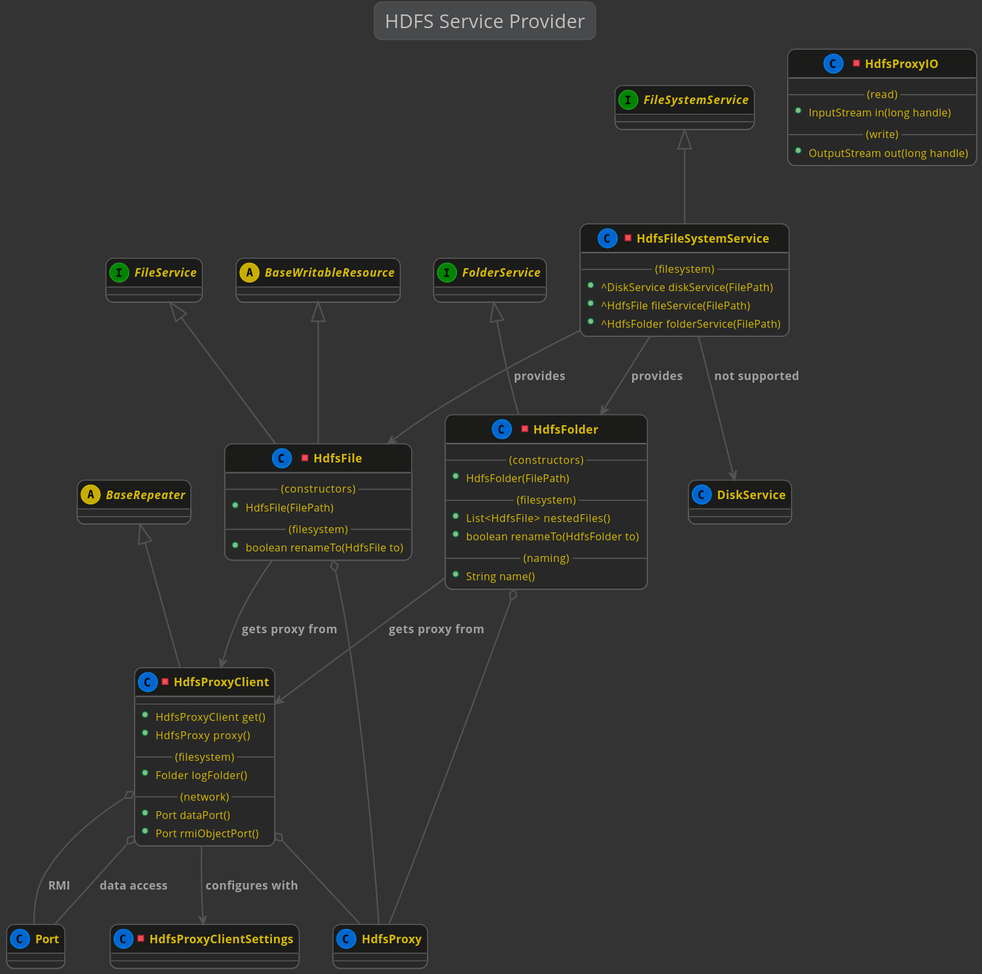
Earlier version of the PlantUML export kivakit-filesystems/hdfs/documentation/diagrams/diagram-hdfs.svg (Telenav/kivakit).
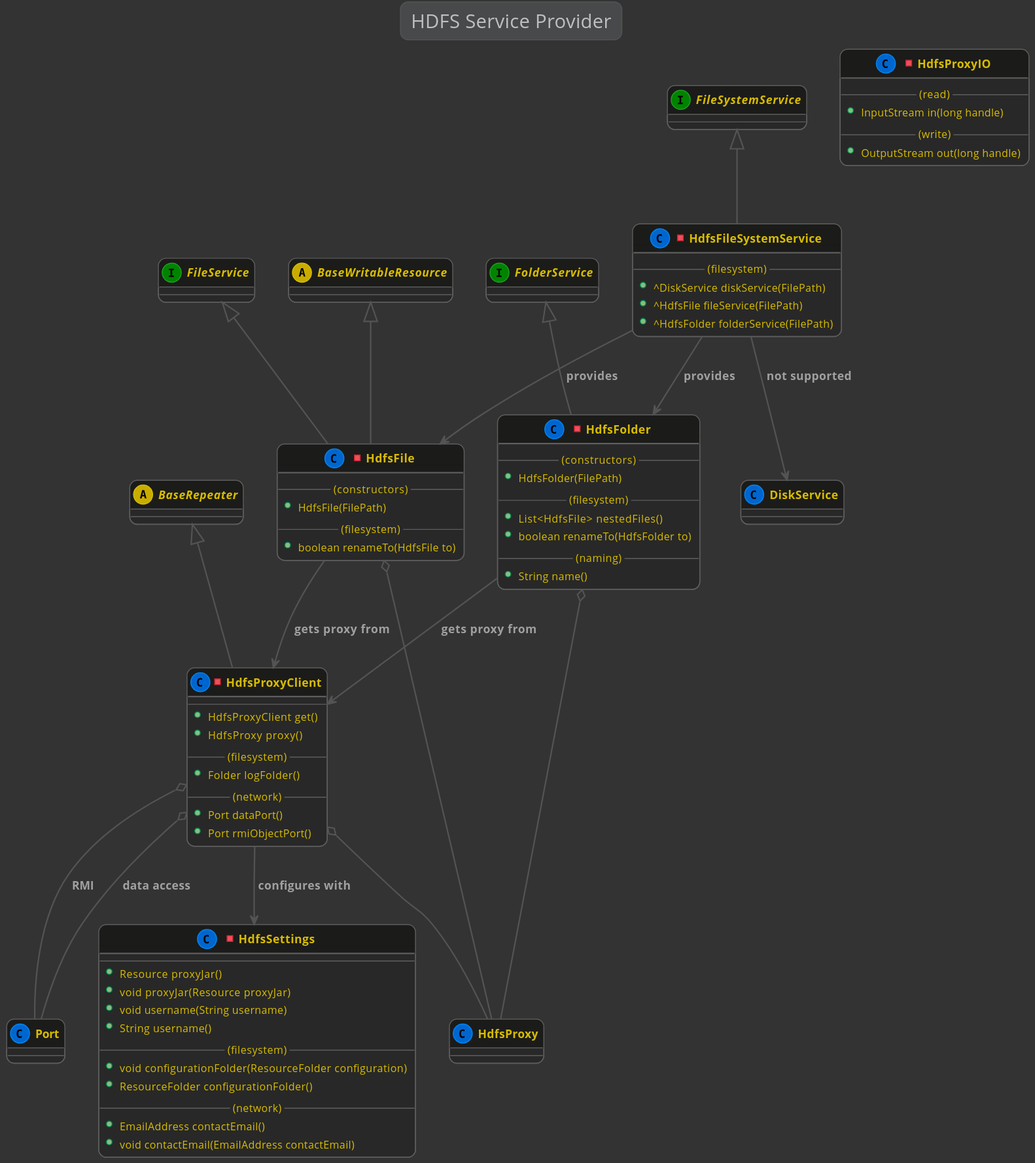
After the commit.

Change to the diagram source:
```diff
@@ -50,7 +50,7 @@
     }
 
     BaseRepeater <|-- HdfsProxyClient
-    HdfsProxyClient --> HdfsProxyClientSettings : "configures with"
+    HdfsProxyClient --> HdfsSettings : "configures with"
     HdfsProxyClient o-- HdfsProxy
     HdfsProxyClient o-- Port : "data access"
     HdfsProxyClient o-- Port : "RMI"
@@ -66,10 +66,6 @@
         +Port rmiObjectPort()
     }
 
-    -class HdfsProxyClientSettings
-    {
-    }
-
     -class HdfsProxyIO
     {
         --(read)--
@@ -78,4 +74,19 @@
         +OutputStream out(long handle)
     }
 
+    -class HdfsSettings
+    {
+        --
+        +Resource proxyJar()
+        +void proxyJar(Resource proxyJar)
+        +void username(String username)
+        +String username()
+        --(filesystem)--
+        +void configurationFolder(ResourceFolder configuration)
+        +ResourceFolder configurationFolder()
+        --(network)--
+        +EmailAddress contactEmail()
+        +void contactEmail(EmailAddress contactEmail)
+    }
+
 @enduml
```
